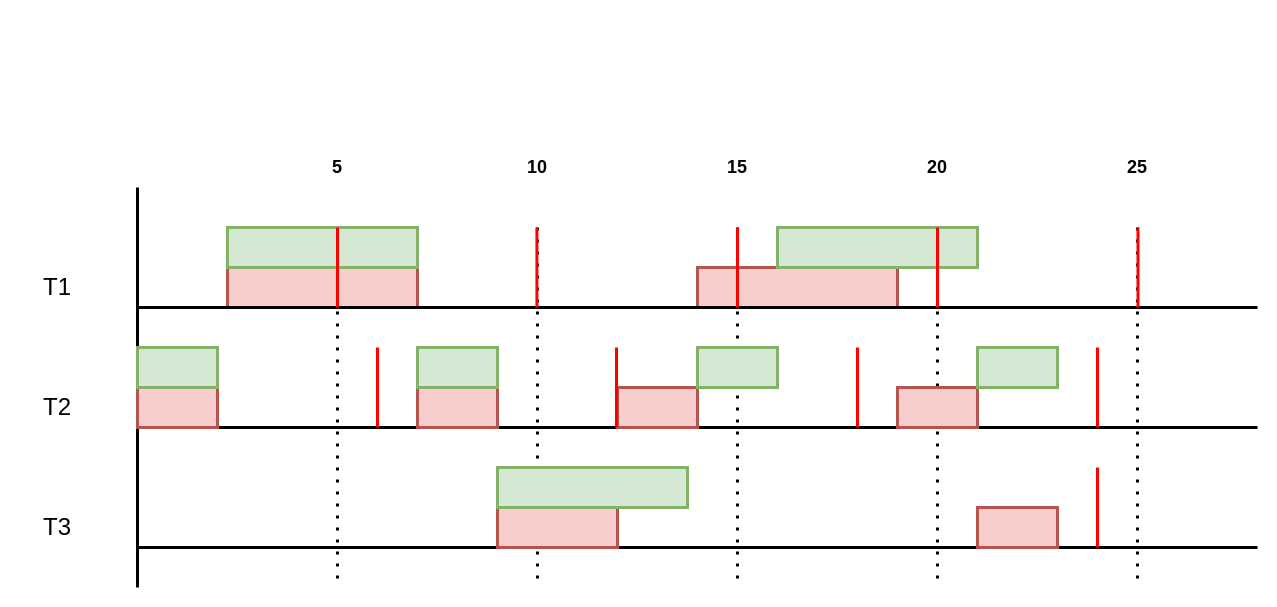
FlorianLatapie/PNS-SI4-S8_Capteurs_actionneurs_-_IA keeps this draw.io diagram as page "td1_ex2" (4 of 7) of TPs_scheduling/diagrammes.drawio. Above is the earlier version. Source tidied: cells renumbered, new cells numbered last; positions are measured from the earlier drawing's top-left corner, leaving out a move shared by most shapes. Both pictures are drawn from the tidied source at 100%, with x=0, y=0 at pixel (17, 147).
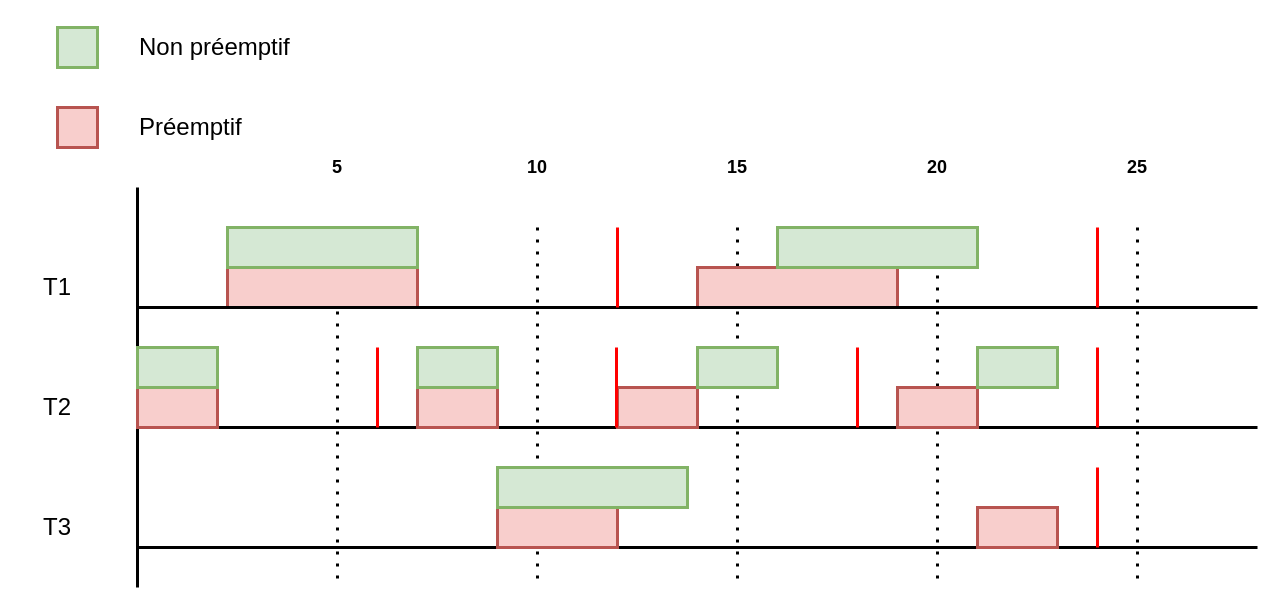
The same page after the edit.

Diff of the diagram source:
```diff
@@
-    <mxCell id="22" style="endArrow=none;html=1;rounded=0;strokeWidth=3;fillColor=#f8cecc;strokeColor=#FF0000;" parent="1" edge="1">
-      <mxGeometry relative="1" as="geometry">
-        <mxPoint x="519.4" y="160" as="sourcePoint" />
-        <mxPoint x="519.4" y="80" as="targetPoint" />
-      </mxGeometry>
-    </mxCell>
-    <mxCell id="23" style="endArrow=none;html=1;rounded=0;strokeWidth=3;fillColor=#f8cecc;strokeColor=#FF0000;" parent="1" edge="1">
-      <mxGeometry relative="1" as="geometry">
-        <mxPoint x="720" y="160" as="sourcePoint" />
-        <mxPoint x="720" y="80" as="targetPoint" />
-      </mxGeometry>
-    </mxCell>
-    <mxCell id="24" style="endArrow=none;html=1;rounded=0;strokeWidth=3;fillColor=#f8cecc;strokeColor=#FF0000;" parent="1" edge="1">
-      <mxGeometry relative="1" as="geometry">
-        <mxPoint x="1120.5" y="160" as="sourcePoint" />
-        <mxPoint x="1120.5" y="80" as="targetPoint" />
-      </mxGeometry>
-    </mxCell>
@@
     <mxCell id="34" style="endArrow=none;html=1;rounded=0;strokeWidth=3;fillColor=#f8cecc;strokeColor=#FF0000;" parent="1" edge="1">
       <mxGeometry relative="1" as="geometry">
-        <mxPoint x="320" y="160" as="sourcePoint" />
-        <mxPoint x="320" y="80" as="targetPoint" />
+        <mxPoint x="600" y="160" as="sourcePoint" />
+        <mxPoint x="600" y="80" as="targetPoint" />
       </mxGeometry>
     </mxCell>
@@
-    <mxCell id="42" style="endArrow=none;html=1;rounded=0;strokeWidth=3;fillColor=#f8cecc;strokeColor=#FF0000;" parent="1" edge="1">
-      <mxGeometry relative="1" as="geometry">
-        <mxPoint x="920" y="160" as="sourcePoint" />
-        <mxPoint x="920" y="80" as="targetPoint" />
-      </mxGeometry>
-    </mxCell>
@@
+    <mxCell id="44" style="endArrow=none;html=1;rounded=0;strokeWidth=3;fillColor=#f8cecc;strokeColor=#FF0000;" parent="1" edge="1">
+      <mxGeometry relative="1" as="geometry">
+        <mxPoint x="1080" y="160" as="sourcePoint" />
+        <mxPoint x="1080" y="80" as="targetPoint" />
+      </mxGeometry>
+    </mxCell>
+    <mxCell id="45" style="rounded=0;whiteSpace=wrap;html=1;strokeWidth=3;fillColor=#d5e8d4;strokeColor=#82b366;" parent="1" vertex="1">
+      <mxGeometry x="40" y="-120" width="40" height="40" as="geometry" />
+    </mxCell>
+    <mxCell id="46" style="rounded=0;whiteSpace=wrap;html=1;strokeWidth=3;fillColor=#f8cecc;strokeColor=#b85450;" parent="1" vertex="1">
+      <mxGeometry x="40" y="-40" width="40" height="40" as="geometry" />
+    </mxCell>
+    <mxCell id="47" value="&lt;h1&gt;&lt;span style=&quot;font-weight: normal;&quot;&gt;Non préemptif&lt;/span&gt;&lt;/h1&gt;" style="text;html=1;strokeColor=none;fillColor=none;align=left;verticalAlign=middle;whiteSpace=wrap;rounded=0;" parent="1" vertex="1">
+      <mxGeometry x="120" y="-120" width="160" height="40" as="geometry" />
+    </mxCell>
+    <mxCell id="48" value="&lt;h1&gt;&lt;span style=&quot;font-weight: normal;&quot;&gt;Préemptif&lt;/span&gt;&lt;/h1&gt;" style="text;html=1;strokeColor=none;fillColor=none;align=left;verticalAlign=middle;whiteSpace=wrap;rounded=0;" parent="1" vertex="1">
+      <mxGeometry x="120" y="-40" width="160" height="40" as="geometry" />
+    </mxCell>
```
